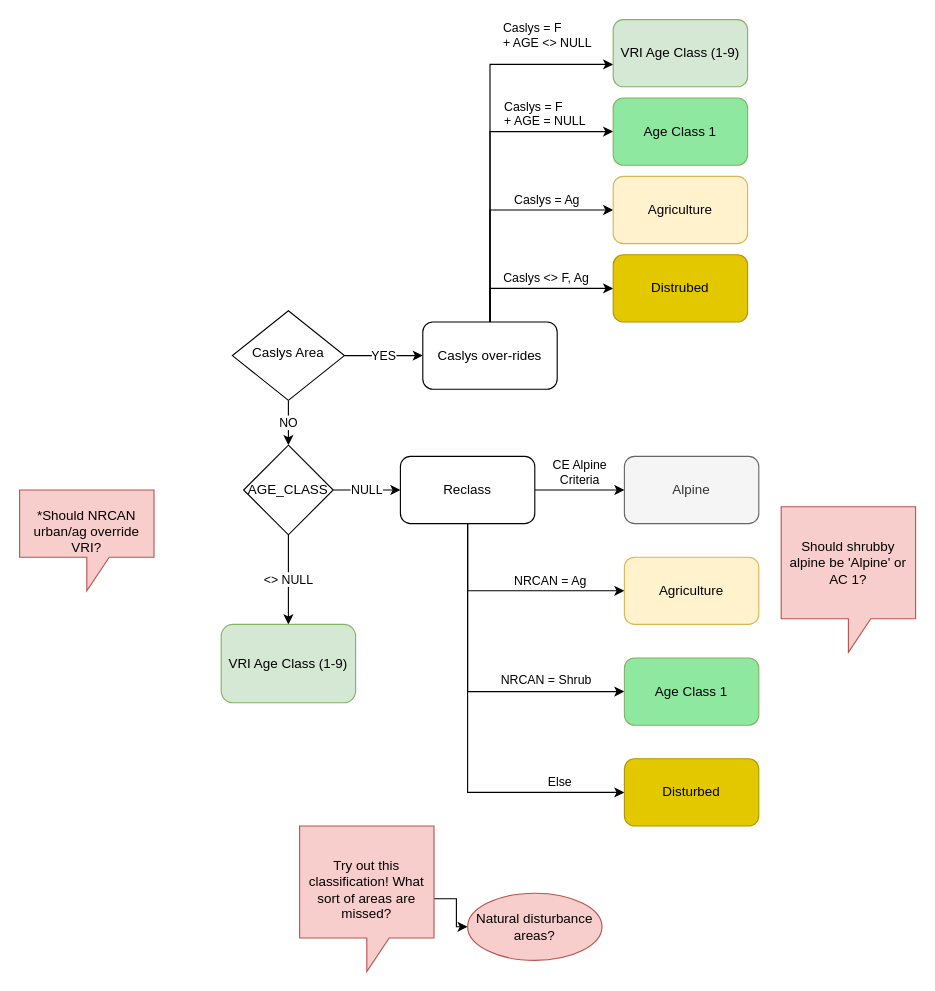
Above: Untitled Diagram.drawio in rustyjux/rustyjux (draw.io), before the change. Source tidied: cells renumbered, new cells numbered last; positions are measured from the earlier drawing's top-left corner, leaving out a move shared by most shapes. Both pictures are drawn from the tidied source at 112%, with x=0, y=0 at pixel (19, 19).
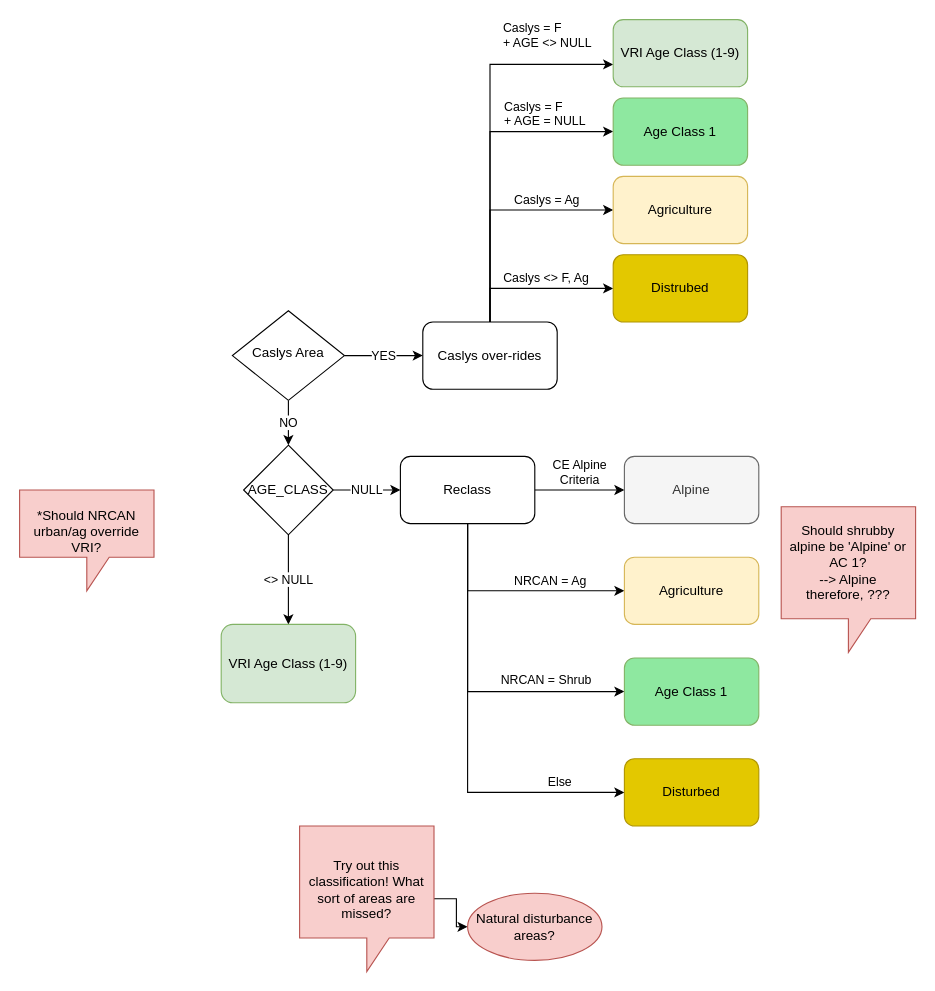
After the change.

What changed in the source:
```diff
@@
-    <mxCell id="24" value="&lt;span style=&quot;color: rgb(0, 0, 0); font-family: Helvetica; font-size: 12px; font-style: normal; font-variant-ligatures: normal; font-variant-caps: normal; font-weight: 400; letter-spacing: normal; orphans: 2; text-align: center; text-indent: 0px; text-transform: none; widows: 2; word-spacing: 0px; -webkit-text-stroke-width: 0px; text-decoration-thickness: initial; text-decoration-style: initial; text-decoration-color: initial; float: none; display: inline !important;&quot;&gt;Should shrubby alpine be 'Alpine' or AC 1?&lt;/span&gt;" style="shape=callout;whiteSpace=wrap;html=1;perimeter=calloutPerimeter;labelBackgroundColor=none;fillColor=#f8cecc;strokeColor=#b85450;" parent="1" vertex="1">
+    <mxCell id="24" value="&lt;span style=&quot;color: rgb(0, 0, 0); font-family: Helvetica; font-size: 12px; font-style: normal; font-variant-ligatures: normal; font-variant-caps: normal; font-weight: 400; letter-spacing: normal; orphans: 2; text-align: center; text-indent: 0px; text-transform: none; widows: 2; word-spacing: 0px; -webkit-text-stroke-width: 0px; text-decoration-thickness: initial; text-decoration-style: initial; text-decoration-color: initial; float: none; display: inline !important;&quot;&gt;Should shrubby alpine be 'Alpine' or AC 1?&lt;br&gt;--&amp;gt; Alpine&lt;br&gt;therefore, ???&lt;br&gt;&lt;/span&gt;" style="shape=callout;whiteSpace=wrap;html=1;perimeter=calloutPerimeter;labelBackgroundColor=none;fillColor=#f8cecc;strokeColor=#b85450;" parent="1" vertex="1">
       <mxGeometry x="680" y="435" width="120" height="130" as="geometry" />
     </mxCell>
```
